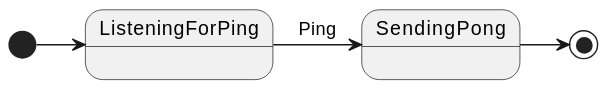
Earlier version of the PlantUML export pong.svg (peterpaul/kafka-ping-stm).
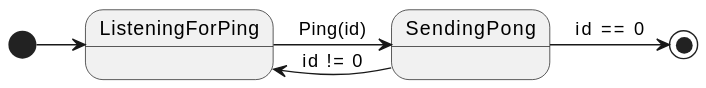
After the commit.

Commit message:
Respond pong with same id as ping, keep listening until ping.id = 0

Change to the diagram source:
```diff
@@ -1,5 +1,6 @@
 @startuml
 [*] -> ListeningForPing
-ListeningForPing -> SendingPong: Ping
-SendingPong -> [*]
+ListeningForPing -> SendingPong: Ping(id)
+SendingPong -> ListeningForPing: id != 0
+SendingPong -> [*]: id == 0
 @enduml
```
